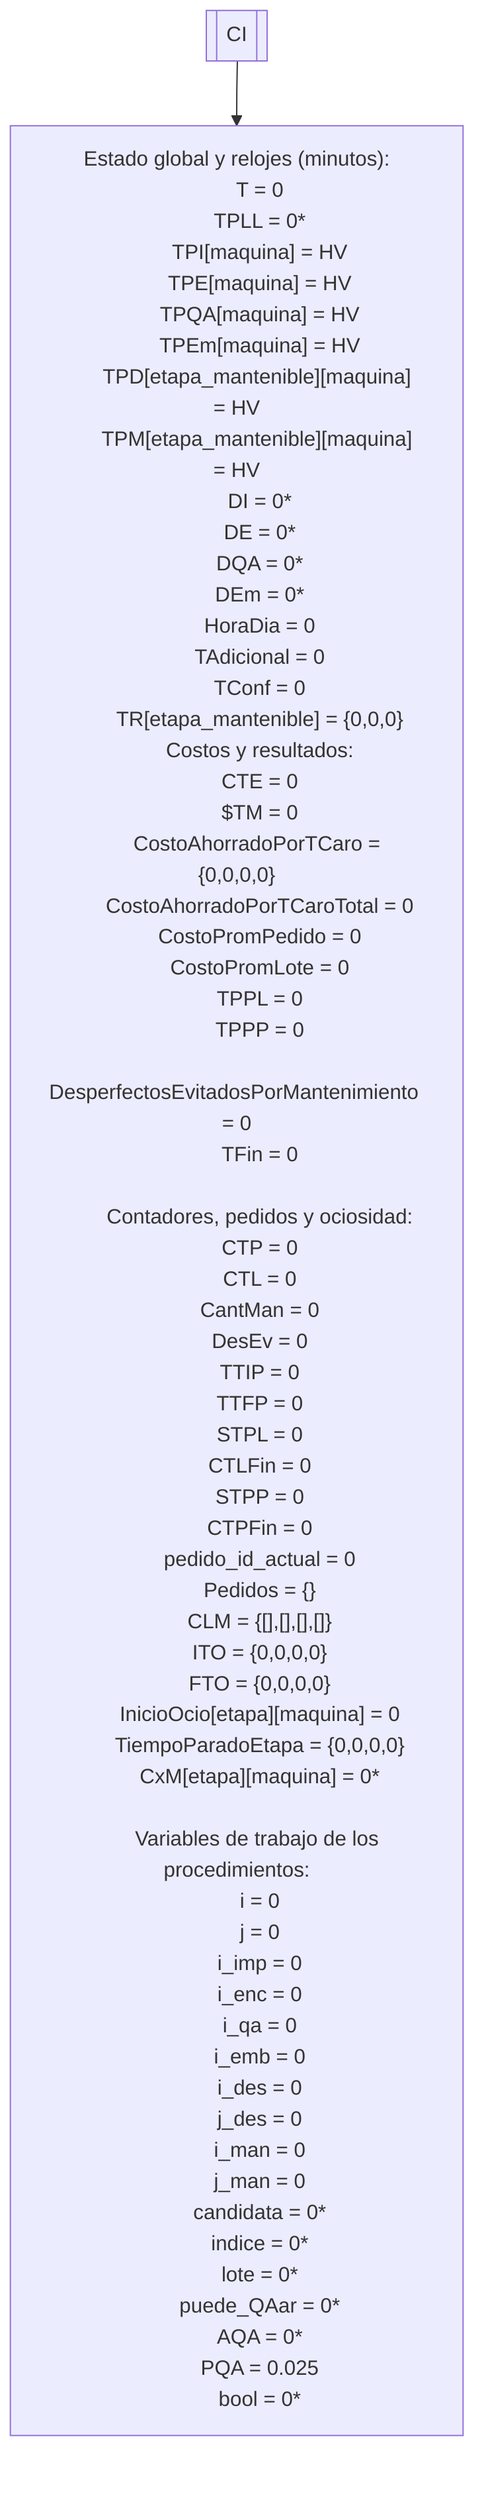
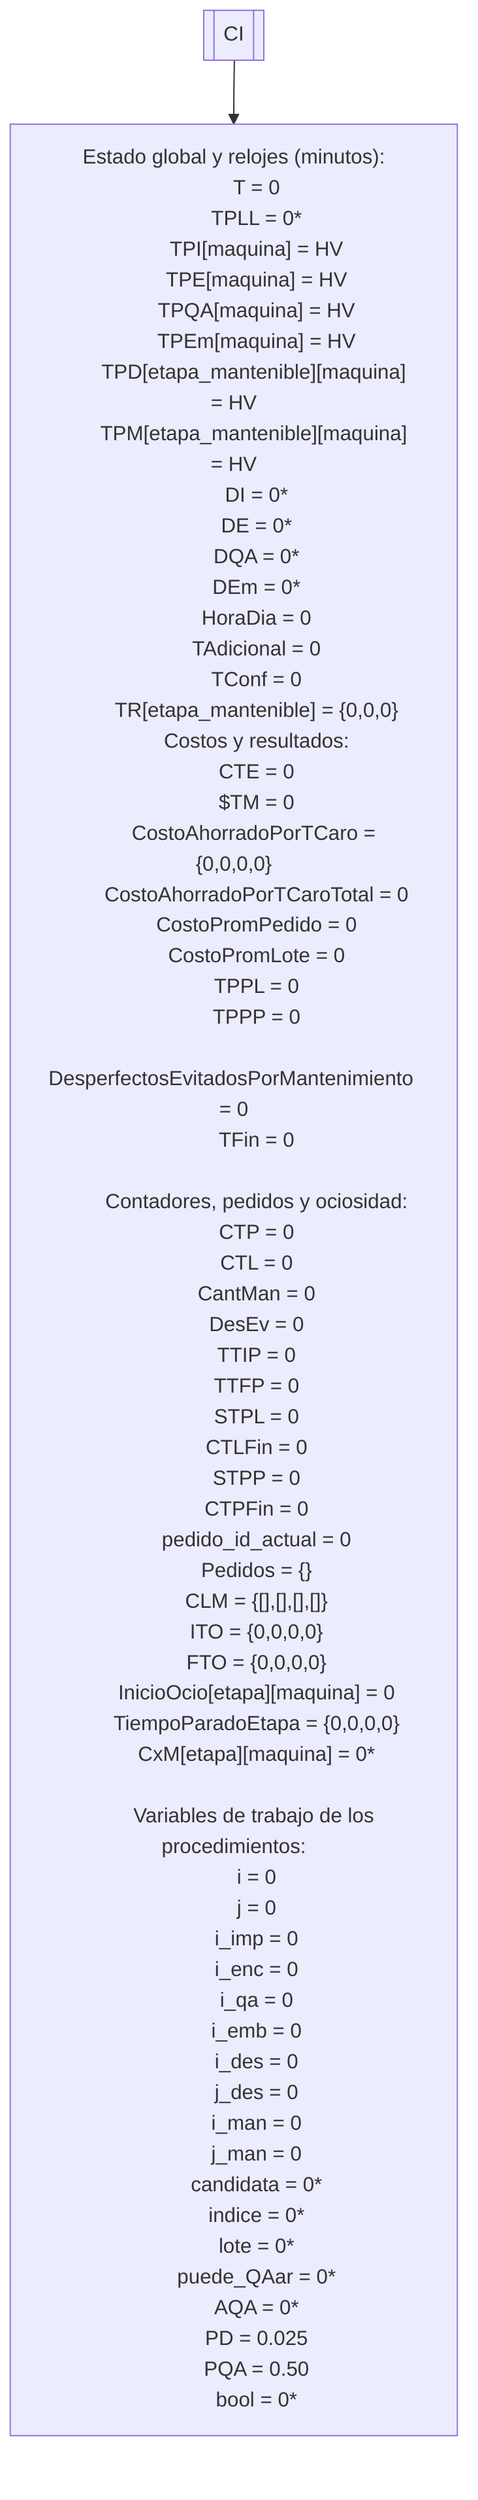
flowchart TD
    a1[[CI]] --> a2
    a2["
        Estado global y relojes (minutos):
        T = 0
        TPLL = 0*
        TPI[maquina] = HV
        TPE[maquina] = HV
        TPQA[maquina] = HV
        TPEm[maquina] = HV
        TPD[etapa_mantenible][maquina] = HV
        TPM[etapa_mantenible][maquina] = HV
        DI = 0*
        DE = 0*
        DQA = 0*
        DEm = 0*
        HoraDia = 0
        TAdicional = 0
        TConf = 0
        TR[etapa_mantenible] = {0,0,0}

        Costos y resultados:
        CTE = 0
        $TM = 0
        CostoAhorradoPorTCaro = {0,0,0,0}
        CostoAhorradoPorTCaroTotal = 0
        CostoPromPedido = 0
        CostoPromLote = 0
        TPPL = 0
        TPPP = 0
        DesperfectosEvitadosPorMantenimiento = 0
        TFin = 0

        Contadores, pedidos y ociosidad:
        CTP = 0
        CTL = 0
        CantMan = 0
        DesEv = 0
        TTIP = 0
        TTFP = 0
        STPL = 0
        CTLFin = 0
        STPP = 0
        CTPFin = 0
        pedido_id_actual = 0
        Pedidos = {}
        CLM = {[],[],[],[]}
        ITO = {0,0,0,0}
        FTO = {0,0,0,0}
        InicioOcio[etapa][maquina] = 0
        TiempoParadoEtapa = {0,0,0,0}
        CxM[etapa][maquina] = 0*

        Variables de trabajo de los procedimientos:
        i = 0
        j = 0
        i_imp = 0
        i_enc = 0
        i_qa = 0
        i_emb = 0
        i_des = 0
        j_des = 0
        i_man = 0
        j_man = 0
        candidata = 0*
        indice = 0*
        lote = 0*
        puede_QAar = 0*
        AQA = 0*
-         PQA = 0.025
+         PD = 0.025
+         PQA = 0.50
        bool = 0*
    "]

    %% * = valor/tipo inicial no determinado por los diagramas; revisar.
    %% Nota: en la implementacion, TPD y TPM se agendan en Simulacion.__init__ como
    %% primer desperfecto y primer mantenimiento de cada maquina mantenible.
